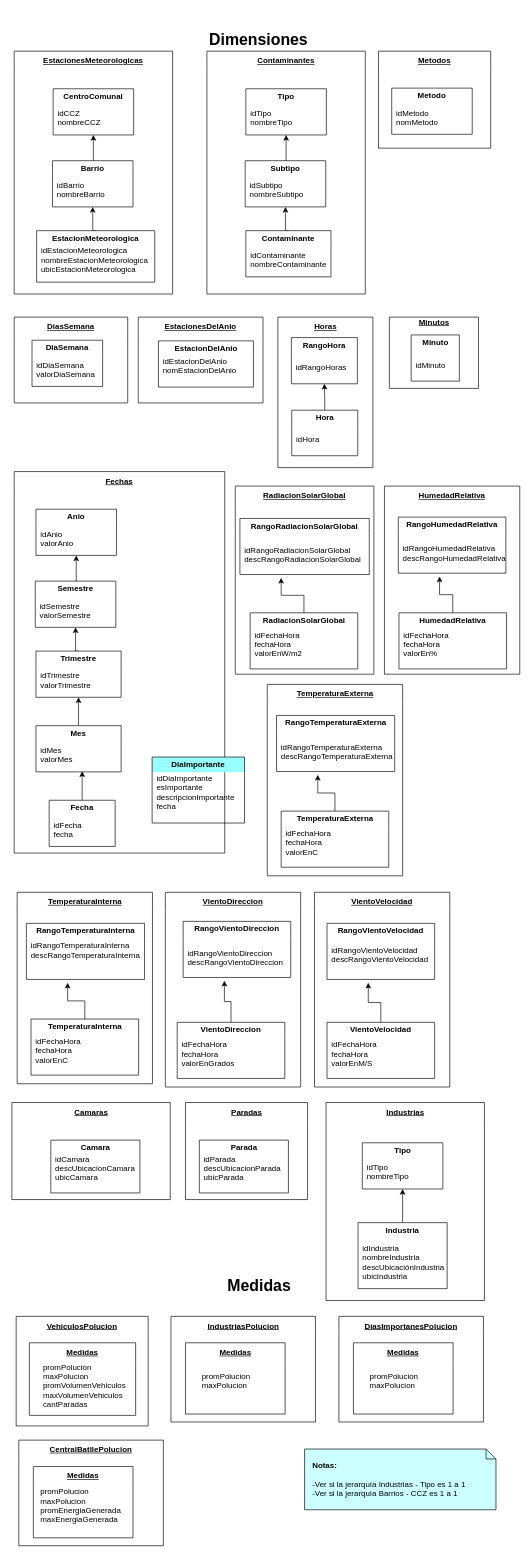
This is 2. Diseño conceptual/Dimensiones y Medidas.drawio from gonzalomelov/dw-calidad-aire-docs, a draw.io file, before an edit. Source tidied: cells renumbered, new cells numbered last; positions are measured from the earlier drawing's top-left corner, leaving out a move shared by most shapes. Both pictures are drawn from the tidied source at 66%, with x=0, y=0 at pixel (11, 24).
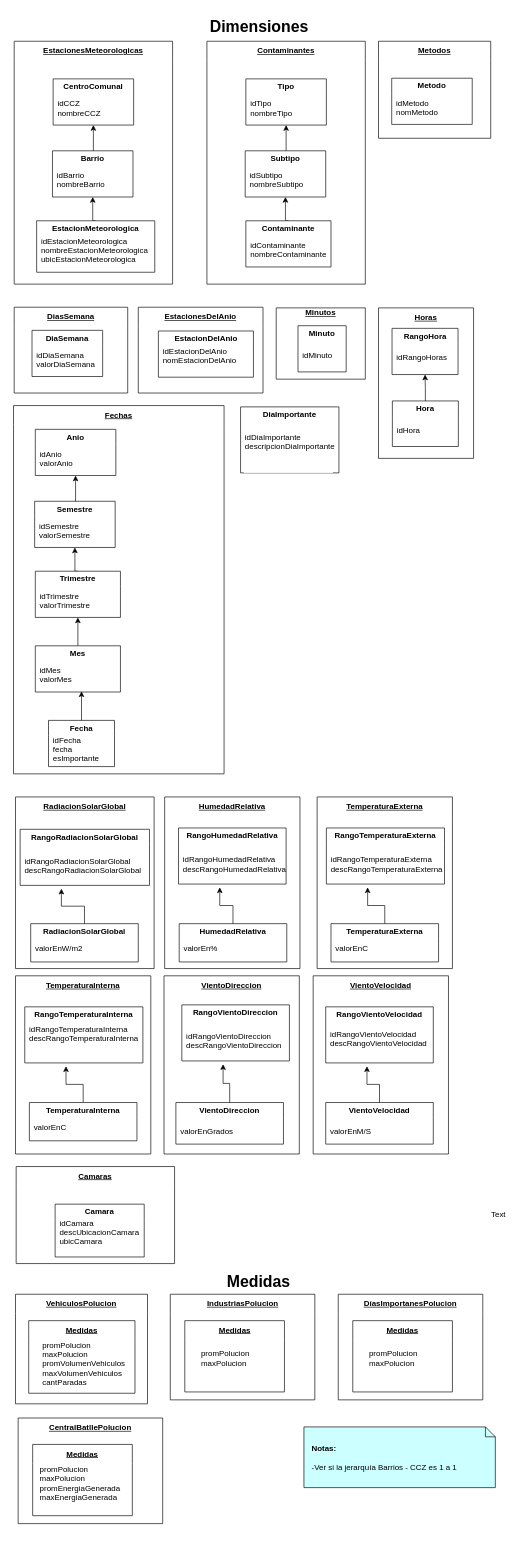
After the change.

Diff of the diagram source:
```diff
@@
     <mxCell id="2" value="EstacionesDelAnio" style="swimlane;swimlaneLine=0;whiteSpace=wrap;startSize=29;fontStyle=5;align=center;" parent="1" vertex="1">
-      <mxGeometry x="192" y="443" width="189" height="130" as="geometry" />
+      <mxGeometry x="192" y="428" width="189" height="130" as="geometry" />
     </mxCell>
     <mxCell id="3" value="EstacionesMeteorologicas" style="swimlane;swimlaneLine=0;whiteSpace=wrap;startSize=29;fontStyle=5;align=center;" parent="1" vertex="1">
-      <mxGeometry x="4" y="40" width="240" height="368" as="geometry" />
+      <mxGeometry x="4" y="25" width="240" height="368" as="geometry" />
     </mxCell>
@@
     <mxCell id="12" value="Dimensiones" style="text;align=center;verticalAlign=middle;fontFamily=Helvetica;fontSize=24;fontStyle=1;" parent="1" vertex="1">
-      <mxGeometry x="297" width="155" height="40" as="geometry" />
+      <mxGeometry x="298" y="-20" width="155" height="40" as="geometry" />
     </mxCell>
     <mxCell id="13" value="Medidas" style="text;align=center;verticalAlign=middle;fontFamily=Helvetica;fontSize=24;fontStyle=1;" parent="1" vertex="1">
-      <mxGeometry x="298" y="1888" width="155" height="40" as="geometry" />
+      <mxGeometry x="297" y="1881.5" width="155" height="40" as="geometry" />
     </mxCell>
     <mxCell id="14" value="VehiculosPolucion" style="swimlane;swimlaneLine=0;whiteSpace=wrap;startSize=29;fontStyle=5;" parent="1" vertex="1">
-      <mxGeometry x="7" y="1957" width="200" height="166" as="geometry" />
+      <mxGeometry x="6" y="1923.5" width="200" height="166" as="geometry" />
     </mxCell>
@@
     <mxCell id="17" value="Contaminantes" style="swimlane;swimlaneLine=0;whiteSpace=wrap;startSize=29;fontStyle=5;align=center;" parent="1" vertex="1">
-      <mxGeometry x="296" y="40" width="240" height="368" as="geometry" />
+      <mxGeometry x="296" y="25" width="240" height="368" as="geometry" />
     </mxCell>
@@
     <mxCell id="26" value="Camaras" style="swimlane;swimlaneLine=0;whiteSpace=wrap;startSize=29;fontStyle=5;align=center;" parent="1" vertex="1">
-      <mxGeometry x="0.5" y="1633" width="240" height="147" as="geometry" />
+      <mxGeometry x="7" y="1730" width="240" height="147" as="geometry" />
     </mxCell>
@@
     <mxCell id="29" value="Fechas" style="swimlane;swimlaneLine=0;whiteSpace=wrap;startSize=29;fontStyle=5;align=center;" parent="1" vertex="1">
-      <mxGeometry x="4" y="677" width="319" height="578" as="geometry" />
+      <mxGeometry x="3" y="577" width="319" height="558" as="geometry" />
     </mxCell>
     <mxCell id="30" value="Anio" style="swimlane;swimlaneLine=0;whiteSpace=wrap;" parent="29" vertex="1">
-      <mxGeometry x="33" y="57" width="122" height="70" as="geometry" />
+      <mxGeometry x="33" y="36" width="122" height="70" as="geometry" />
     </mxCell>
@@
     <mxCell id="33" value="Semestre" style="swimlane;swimlaneLine=0;whiteSpace=wrap;" parent="29" vertex="1">
-      <mxGeometry x="32" y="166" width="122" height="70" as="geometry" />
+      <mxGeometry x="32" y="145" width="122" height="70" as="geometry" />
     </mxCell>
@@
     <mxCell id="36" value="Trimestre" style="swimlane;swimlaneLine=0;whiteSpace=wrap;" parent="29" vertex="1">
-      <mxGeometry x="33" y="272" width="129" height="70" as="geometry" />
+      <mxGeometry x="33" y="251" width="129" height="70" as="geometry" />
     </mxCell>
@@
     <mxCell id="39" value="Mes" style="swimlane;swimlaneLine=0;whiteSpace=wrap;" parent="29" vertex="1">
-      <mxGeometry x="33" y="385" width="129" height="70" as="geometry" />
+      <mxGeometry x="33" y="364" width="129" height="70" as="geometry" />
     </mxCell>
@@
     <mxCell id="41" value="Fecha" style="swimlane;swimlaneLine=0;whiteSpace=wrap;" parent="29" vertex="1">
-      <mxGeometry x="53" y="498" width="100" height="70" as="geometry" />
+      <mxGeometry x="53" y="477" width="100" height="70" as="geometry" />
     </mxCell>
-    <mxCell id="42" value="idFecha&#10;fecha" style="text;align=left;verticalAlign=middle;" parent="41" vertex="1">
-      <mxGeometry x="5" y="19" width="65" height="50" as="geometry" />
+    <mxCell id="42" value="idFecha&#10;fecha&#10;esImportante&#10;" style="text;align=left;verticalAlign=middle;" parent="41" vertex="1">
+      <mxGeometry x="5" y="25" width="65" height="50" as="geometry" />
     </mxCell>
@@
     <mxCell id="44" value="CentralBatllePolucion" style="swimlane;swimlaneLine=0;whiteSpace=wrap;startSize=29;fontStyle=5;" parent="1" vertex="1">
-      <mxGeometry x="11" y="2144.5" width="219" height="160" as="geometry" />
+      <mxGeometry x="10" y="2111" width="219" height="160" as="geometry" />
     </mxCell>
@@
     <mxCell id="47" value="Metodos" style="swimlane;swimlaneLine=0;whiteSpace=wrap;startSize=29;fontStyle=5;align=center;" parent="1" vertex="1">
-      <mxGeometry x="556" y="40" width="170" height="147" as="geometry" />
+      <mxGeometry x="556" y="25" width="170" height="147" as="geometry" />
     </mxCell>
@@
-    <mxCell id="50" value="Industrias" style="swimlane;swimlaneLine=0;whiteSpace=wrap;startSize=29;fontStyle=5;align=center;" parent="1" vertex="1">
-      <mxGeometry x="476.5" y="1633" width="240" height="300" as="geometry" />
-    </mxCell>
-    <mxCell id="51" value="Tipo" style="swimlane;swimlaneLine=0;whiteSpace=wrap;" parent="50" vertex="1">
-      <mxGeometry x="55" y="61" width="122" height="70" as="geometry" />
-    </mxCell>
-    <mxCell id="52" value="idTipo&#10;nombreTipo" style="text;align=left;verticalAlign=middle;" parent="51" vertex="1">
-      <mxGeometry x="5" y="19" width="130" height="50" as="geometry" />
-    </mxCell>
-    <mxCell id="53" style="endArrow=classic;html=1;exitX=0.5;exitY=0;entryX=0.5;entryY=1;" parent="50" edge="1" source="54" target="51">
-      <mxGeometry relative="1" as="geometry" />
-    </mxCell>
-    <mxCell id="54" value="Industria" style="swimlane;swimlaneLine=0;whiteSpace=wrap;startSize=23;" parent="50" vertex="1">
-      <mxGeometry x="48.5" y="182" width="135" height="100" as="geometry" />
-    </mxCell>
-    <mxCell id="55" value="idIndustria&#10;nombreIndustria&#10;descUbicaciónIndustria&#10;ubicIndustria&#10;" style="text;align=left;verticalAlign=middle;" parent="54" vertex="1">
-      <mxGeometry x="5" y="33" width="130" height="67" as="geometry" />
-    </mxCell>
-    <mxCell id="56" value="&lt;div&gt;&lt;b&gt;Notas:&amp;nbsp;&lt;/b&gt;&lt;/div&gt;&lt;br&gt;-Ver si la jerarquía Industrias - Tipo es 1 a 1&lt;br&gt;-Ver si la jerarquía Barrios - CCZ es 1 a 1&lt;br&gt;" style="shape=note;size=15;align=left;spacingLeft=10;html=1;whiteSpace=wrap;fillColor=#CCFFFF;" parent="1" vertex="1">
-      <mxGeometry x="444" y="2158" width="290" height="92" as="geometry" />
+    <mxCell id="56" value="&lt;div&gt;&lt;b&gt;Notas:&amp;nbsp;&lt;/b&gt;&lt;/div&gt;&lt;br&gt;-Ver si la jerarquía Barrios - CCZ es 1 a 1&lt;br&gt;" style="shape=note;size=15;align=left;spacingLeft=10;html=1;whiteSpace=wrap;fillColor=#CCFFFF;" parent="1" vertex="1">
+      <mxGeometry x="443" y="2124.5" width="290" height="92" as="geometry" />
     </mxCell>
     <mxCell id="57" value="DíasImportanesPolucion" style="swimlane;swimlaneLine=0;whiteSpace=wrap;startSize=29;fontStyle=5;" parent="1" vertex="1">
-      <mxGeometry x="496" y="1957" width="219" height="160" as="geometry" />
+      <mxGeometry x="495" y="1923.5" width="219" height="160" as="geometry" />
     </mxCell>
@@
     <mxCell id="60" value="IndustriasPolucion" style="swimlane;swimlaneLine=0;whiteSpace=wrap;startSize=29;fontStyle=5;" parent="1" vertex="1">
-      <mxGeometry x="241.5" y="1957" width="219" height="160" as="geometry" />
+      <mxGeometry x="240.5" y="1923.5" width="219" height="160" as="geometry" />
     </mxCell>
@@
     <mxCell id="63" value="EstacionDelAnio" style="swimlane;swimlaneLine=0;whiteSpace=wrap;" parent="1" vertex="1">
-      <mxGeometry x="222.5" y="479" width="144" height="70" as="geometry" />
+      <mxGeometry x="222.5" y="464" width="144" height="70" as="geometry" />
     </mxCell>
@@
     <mxCell id="65" value="DiasSemana" style="swimlane;swimlaneLine=0;whiteSpace=wrap;startSize=29;fontStyle=5;align=center;" parent="1" vertex="1">
-      <mxGeometry x="4" y="443" width="172" height="130" as="geometry" />
+      <mxGeometry x="4" y="428" width="172" height="130" as="geometry" />
     </mxCell>
@@
     <mxCell id="68" value="Horas" style="swimlane;swimlaneLine=0;whiteSpace=wrap;startSize=29;fontStyle=5;align=center;" parent="1" vertex="1">
-      <mxGeometry x="403.5" y="443" width="144" height="228" as="geometry" />
+      <mxGeometry x="556" y="429" width="144" height="228" as="geometry" />
     </mxCell>
@@
     <mxCell id="74" value="Minutos" style="swimlane;swimlaneLine=0;whiteSpace=wrap;startSize=15;fontStyle=5;align=center;" parent="1" vertex="1">
-      <mxGeometry x="572.5" y="443" width="135" height="108" as="geometry" />
+      <mxGeometry x="401" y="429" width="135" height="108" as="geometry" />
     </mxCell>
@@
     <mxCell id="77" value="RadiacionSolarGlobal" style="swimlane;swimlaneLine=0;whiteSpace=wrap;startSize=29;fontStyle=5;align=center;" parent="1" vertex="1">
-      <mxGeometry x="339" y="699" width="210" height="285" as="geometry" />
+      <mxGeometry x="6" y="1170" width="210" height="260" as="geometry" />
     </mxCell>
     <mxCell id="78" value="RadiacionSolarGlobal" style="swimlane;swimlaneLine=0;whiteSpace=wrap;" parent="77" vertex="1">
-      <mxGeometry x="22.5" y="192" width="163" height="85" as="geometry" />
+      <mxGeometry x="23" y="192" width="163" height="58" as="geometry" />
     </mxCell>
-    <mxCell id="79" value="idFechaHora&#10;fechaHora&#10;valorEnW/m2&#10;" style="text;align=left;verticalAlign=middle;" parent="78" vertex="1">
-      <mxGeometry x="5" y="19" width="115" height="71" as="geometry" />
+    <mxCell id="79" value="valorEnW/m2&#10;" style="text;align=left;verticalAlign=middle;" parent="78" vertex="1">
+      <mxGeometry x="5" y="19" width="115" height="51" as="geometry" />
     </mxCell>
@@
     <mxCell id="83" value="HumedadRelativa" style="swimlane;swimlaneLine=0;whiteSpace=wrap;startSize=29;fontStyle=5;align=center;" parent="1" vertex="1">
-      <mxGeometry x="565" y="699" width="205" height="285" as="geometry" />
+      <mxGeometry x="232" y="1170" width="205" height="260" as="geometry" />
     </mxCell>
     <mxCell id="84" value="HumedadRelativa" style="swimlane;swimlaneLine=0;whiteSpace=wrap;" parent="83" vertex="1">
-      <mxGeometry x="22" y="192" width="163" height="85" as="geometry" />
+      <mxGeometry x="22" y="192" width="163" height="58" as="geometry" />
     </mxCell>
-    <mxCell id="85" value="idFechaHora&#10;fechaHora&#10;valorEn%&#10;" style="text;align=left;verticalAlign=middle;" parent="84" vertex="1">
-      <mxGeometry x="5" y="19" width="115" height="71" as="geometry" />
+    <mxCell id="85" value="valorEn%&#10;" style="text;align=left;verticalAlign=middle;" parent="84" vertex="1">
+      <mxGeometry x="5" y="19" width="115" height="51" as="geometry" />
     </mxCell>
@@
     <mxCell id="89" value="TemperaturaExterna" style="swimlane;swimlaneLine=0;whiteSpace=wrap;startSize=29;fontStyle=5;align=center;" parent="1" vertex="1">
-      <mxGeometry x="387.5" y="999.5" width="205" height="290" as="geometry" />
+      <mxGeometry x="463" y="1170" width="205" height="260" as="geometry" />
     </mxCell>
@@
     <mxCell id="91" value="TemperaturaExterna" style="swimlane;swimlaneLine=0;whiteSpace=wrap;" parent="89" vertex="1">
-      <mxGeometry x="21" y="192" width="163" height="85" as="geometry" />
+      <mxGeometry x="21" y="192" width="163" height="58" as="geometry" />
     </mxCell>
-    <mxCell id="92" value="idFechaHora&#10;fechaHora&#10;valorEnC&#10;" style="text;align=left;verticalAlign=middle;" parent="91" vertex="1">
-      <mxGeometry x="5" y="19" width="115" height="71" as="geometry" />
+    <mxCell id="92" value="valorEnC&#10;" style="text;align=left;verticalAlign=middle;" parent="91" vertex="1">
+      <mxGeometry x="5" y="19" width="115" height="51" as="geometry" />
     </mxCell>
@@
     <mxCell id="95" value="VientoDireccion" style="swimlane;swimlaneLine=0;whiteSpace=wrap;startSize=29;fontStyle=5;align=center;" parent="1" vertex="1">
-      <mxGeometry x="233" y="1314.5" width="205" height="295" as="geometry" />
+      <mxGeometry x="231" y="1441" width="205" height="270" as="geometry" />
     </mxCell>
@@
     <mxCell id="98" value="VientoDireccion" style="swimlane;swimlaneLine=0;whiteSpace=wrap;" parent="95" vertex="1">
-      <mxGeometry x="18" y="197" width="163" height="85" as="geometry" />
+      <mxGeometry x="18" y="192" width="163" height="63" as="geometry" />
     </mxCell>
-    <mxCell id="99" value="idFechaHora&#10;fechaHora&#10;valorEnGrados&#10;" style="text;align=left;verticalAlign=middle;" parent="98" vertex="1">
-      <mxGeometry x="5" y="19" width="115" height="71" as="geometry" />
+    <mxCell id="99" value="valorEnGrados&#10;" style="text;align=left;verticalAlign=middle;" parent="98" vertex="1">
+      <mxGeometry x="5" y="19" width="115" height="61" as="geometry" />
     </mxCell>
@@
     <mxCell id="101" value="VientoVelocidad" style="swimlane;swimlaneLine=0;whiteSpace=wrap;startSize=29;fontStyle=5;align=center;" parent="1" vertex="1">
-      <mxGeometry x="459" y="1314.5" width="205" height="295" as="geometry" />
+      <mxGeometry x="457" y="1441" width="205" height="270" as="geometry" />
     </mxCell>
     <mxCell id="102" value="VientoVelocidad" style="swimlane;swimlaneLine=0;whiteSpace=wrap;" parent="101" vertex="1">
-      <mxGeometry x="19" y="197" width="163" height="85" as="geometry" />
+      <mxGeometry x="19" y="192" width="163" height="63" as="geometry" />
     </mxCell>
-    <mxCell id="103" value="idFechaHora&#10;fechaHora&#10;valorEnM/S&#10;" style="text;align=left;verticalAlign=middle;" parent="102" vertex="1">
-      <mxGeometry x="5" y="19" width="115" height="71" as="geometry" />
+    <mxCell id="103" value="valorEnM/S&#10;" style="text;align=left;verticalAlign=middle;" parent="102" vertex="1">
+      <mxGeometry x="5" y="19" width="115" height="61" as="geometry" />
     </mxCell>
@@
     <mxCell id="107" value="TemperaturaInterna" style="swimlane;swimlaneLine=0;whiteSpace=wrap;startSize=29;fontStyle=5;align=center;" parent="1" vertex="1">
-      <mxGeometry x="8.5" y="1314.5" width="205" height="290" as="geometry" />
+      <mxGeometry x="6" y="1441" width="205" height="270" as="geometry" />
     </mxCell>
@@
     <mxCell id="109" value="TemperaturaInterna" style="swimlane;swimlaneLine=0;whiteSpace=wrap;" parent="107" vertex="1">
-      <mxGeometry x="21" y="192" width="163" height="85" as="geometry" />
+      <mxGeometry x="21" y="192" width="163" height="58" as="geometry" />
     </mxCell>
-    <mxCell id="110" value="idFechaHora&#10;fechaHora&#10;valorEnC&#10;" style="text;align=left;verticalAlign=middle;" parent="109" vertex="1">
-      <mxGeometry x="5" y="19" width="115" height="71" as="geometry" />
+    <mxCell id="110" value="valorEnC&#10;" style="text;align=left;verticalAlign=middle;" parent="109" vertex="1">
+      <mxGeometry x="5" y="19" width="115" height="51" as="geometry" />
     </mxCell>
@@
-    <mxCell id="113" value="Paradas" style="swimlane;swimlaneLine=0;whiteSpace=wrap;startSize=29;fontStyle=5;align=center;" parent="1" vertex="1">
-      <mxGeometry x="263.5" y="1633" width="185" height="147" as="geometry" />
-    </mxCell>
-    <mxCell id="114" value="Parada" style="swimlane;swimlaneLine=0;whiteSpace=wrap;" parent="113" vertex="1">
-      <mxGeometry x="21" y="57" width="135" height="80" as="geometry" />
-    </mxCell>
-    <mxCell id="115" value="idParada&#10;descUbicacionParada&#10;ubicParada&#10;" style="text;align=left;verticalAlign=middle;" parent="114" vertex="1">
-      <mxGeometry x="5" y="19" width="130" height="61" as="geometry" />
-    </mxCell>
-    <mxCell id="116" value="DiaImportante" style="swimlane;swimlaneLine=0;whiteSpace=wrap;fillColor=#99FFFF;" parent="1" vertex="1">
-      <mxGeometry x="213" y="1109.5" width="140" height="100" as="geometry" />
+    <mxCell id="116" value="DiaImportante" style="swimlane;swimlaneLine=0;whiteSpace=wrap;fillColor=#FFFFFF;" parent="1" vertex="1">
+      <mxGeometry x="347" y="579" width="149" height="100" as="geometry" />
     </mxCell>
-    <mxCell id="117" value="idDiaImportante&#10;esImportante&#10;descripcionImportante&#10;fecha&#10;" style="text;align=left;verticalAlign=middle;" parent="116" vertex="1">
+    <mxCell id="117" value="idDiaImportante&#10;descripcionDiaImportante&#10;" style="text;align=left;verticalAlign=middle;fillColor=#FFFFFF;" parent="116" vertex="1">
       <mxGeometry x="5" y="20" width="135" height="80" as="geometry" />
     </mxCell>
+    <mxCell id="118" value="Text" style="text;html=1;align=left;verticalAlign=top;spacingTop=-4;" parent="1" vertex="1">
+      <mxGeometry x="725" y="1793" width="40" height="20" as="geometry" />
+    </mxCell>
```
